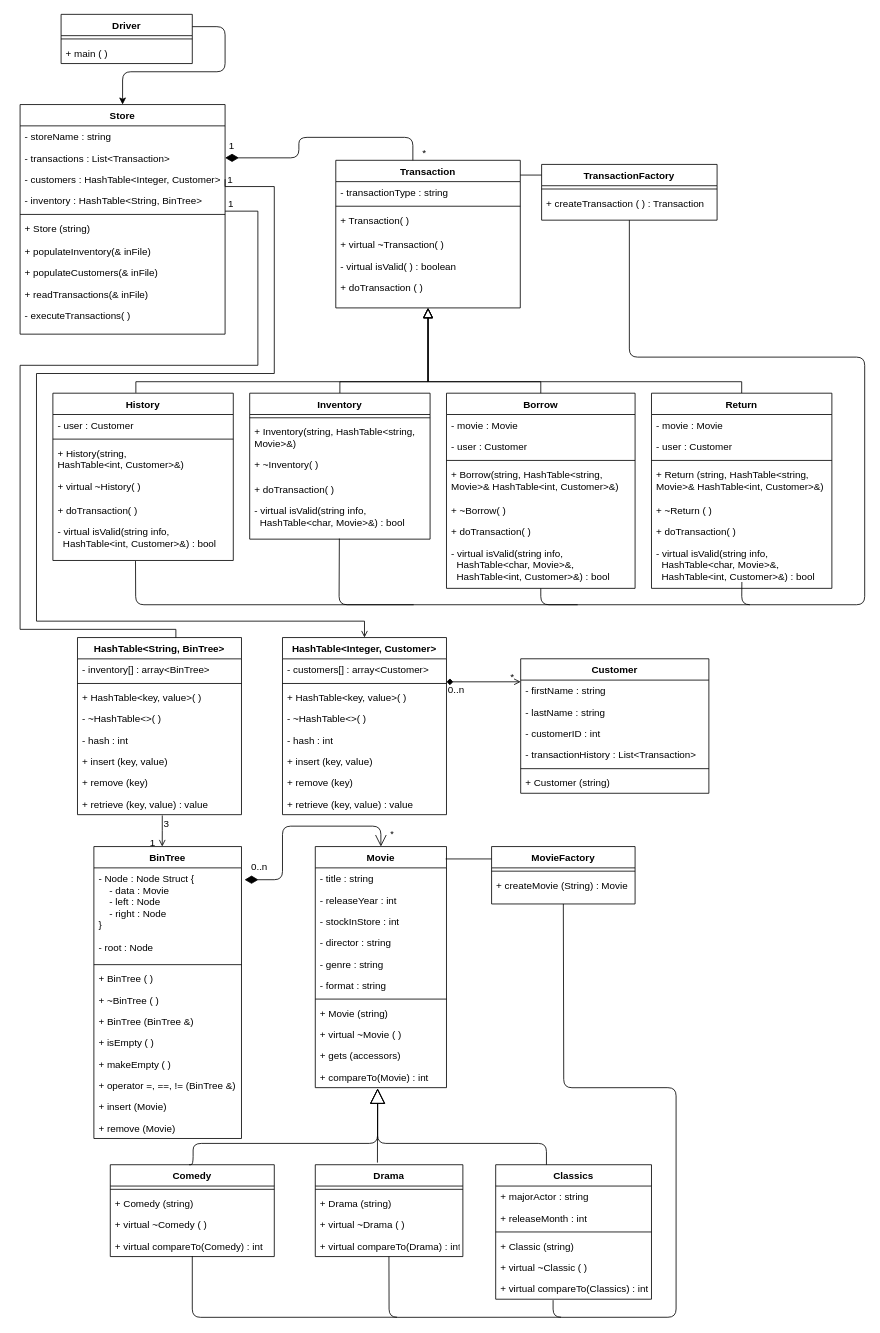
jomandaman/redbox keeps this draw.io diagram as design/Redbox_UMLDiagram.drawio. Above is the earlier version. Source tidied: cells renumbered, new cells numbered last; positions are measured from the earlier drawing's top-left corner, leaving out a move shared by most shapes. Both pictures are drawn from the tidied source at 82%, with x=0, y=0 at pixel (20, 14).
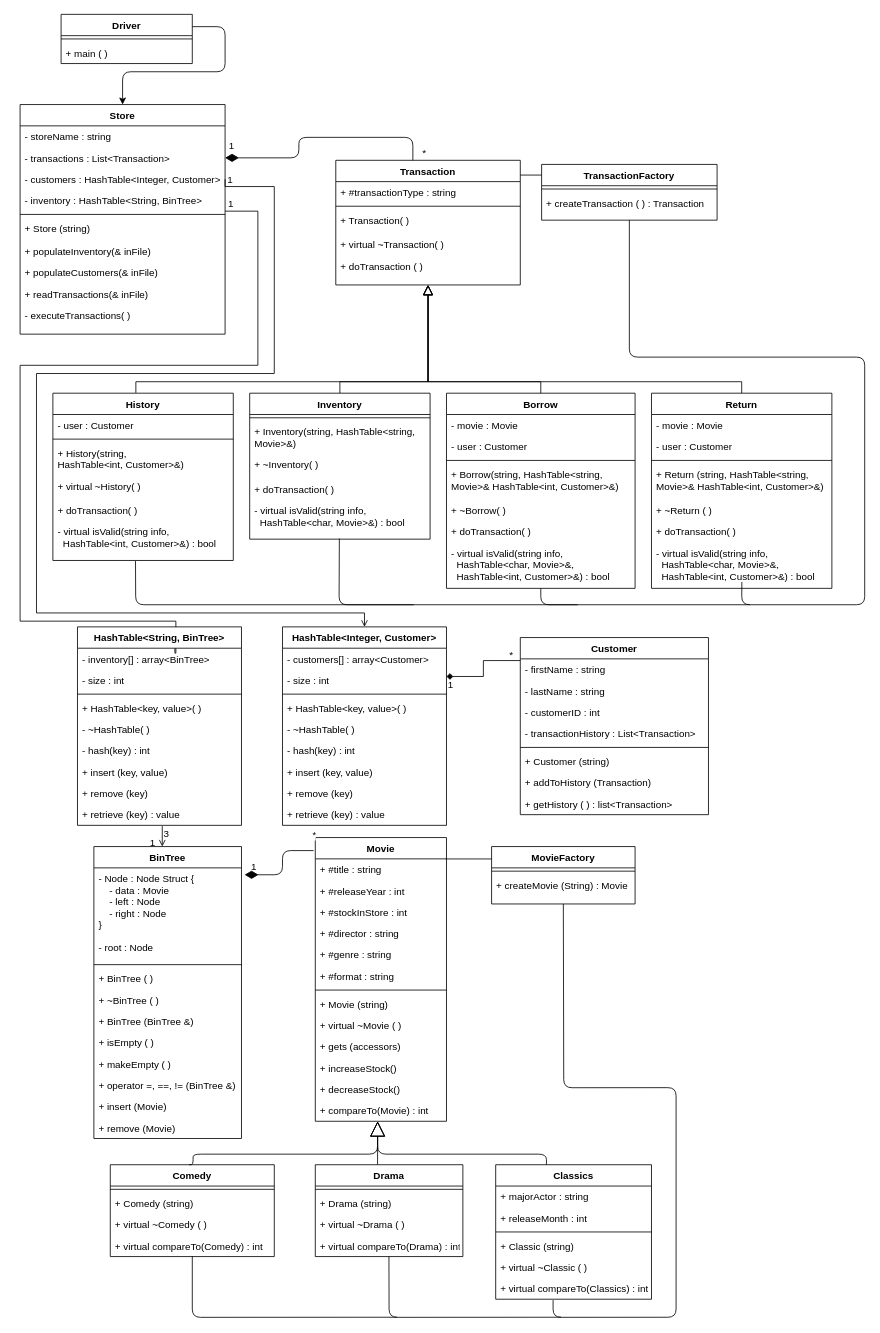
The same page after the edit.

Commit message:
Final changes with protected classes

The change refers to these unchanged cells:
```xml
<mxCell id="5" value="- customers : HashTable&lt;Integer, Customer&gt;" style="text;align=left;verticalAlign=top;spacingLeft=4;spacingRight=4;overflow=hidden;points=[[0,0.5],[1,0.5]];portConstraint=eastwest;rounded=0;shadow=0;html=0;fontColor=#000000;" parent="2" vertex="1">
  <mxGeometry y="78" width="250" height="26" as="geometry" />
</mxCell>
<mxCell id="42" value="- Node : Node Struct {&#10;    - data : Movie&#10;    - left : Node&#10;    - right : Node&#10;}" style="text;strokeColor=none;fillColor=none;align=left;verticalAlign=top;spacingLeft=4;spacingRight=4;overflow=hidden;points=[[0,0.5],[1,0.5]];portConstraint=eastwest;" parent="41" vertex="1">
  <mxGeometry y="26" width="180" height="84" as="geometry" />
</mxCell>
<mxCell id="65" value="Comedy" style="swimlane;fontStyle=1;align=center;verticalAlign=top;horizontal=1;startSize=26;" parent="1" vertex="1">
  <mxGeometry x="110" y="1402.9" width="200" height="112" as="geometry" />
</mxCell>
<mxCell id="70" value="Drama" style="swimlane;fontStyle=1;align=center;verticalAlign=top;horizontal=1;startSize=26;" parent="1" vertex="1">
  <mxGeometry x="360" y="1402.9" width="180" height="112" as="geometry" />
</mxCell>
<mxCell id="101" value="- firstName : string" style="text;strokeColor=none;fillColor=none;align=left;verticalAlign=top;spacingLeft=4;spacingRight=4;overflow=hidden;points=[[0,0.5],[1,0.5]];portConstraint=eastwest;" parent="100" vertex="1">
  <mxGeometry y="26" width="229.5" height="26" as="geometry" />
</mxCell>
```

The edit, as a diff of the source:
```diff
@@
     <mxCell id="14" value="Transaction" style="swimlane;fontStyle=1;align=center;verticalAlign=top;horizontal=1;startSize=26;rounded=0;shadow=0;strokeWidth=1;" parent="1" vertex="1">
-      <mxGeometry x="385" y="178" width="225" height="180" as="geometry" />
+      <mxGeometry x="385" y="178" width="225" height="152" as="geometry" />
     </mxCell>
-    <mxCell id="15" value="- transactionType : string" style="text;strokeColor=none;fillColor=none;align=left;verticalAlign=top;spacingLeft=4;spacingRight=4;overflow=hidden;fontColor=#000000;" parent="14" vertex="1">
+    <mxCell id="15" value="+ #transactionType : string" style="text;strokeColor=none;fillColor=none;align=left;verticalAlign=top;spacingLeft=4;spacingRight=4;overflow=hidden;fontColor=#000000;" parent="14" vertex="1">
       <mxGeometry y="26" width="225" height="26" as="geometry" />
     </mxCell>
@@
-    <mxCell id="19" value="- virtual isValid( ) : boolean" style="text;strokeColor=none;fillColor=none;align=left;verticalAlign=top;spacingLeft=4;spacingRight=4;overflow=hidden;" parent="14" vertex="1">
-      <mxGeometry y="116" width="225" height="26" as="geometry" />
-    </mxCell>
     <mxCell id="20" value="+ doTransaction ( )" style="text;strokeColor=none;fillColor=none;align=left;verticalAlign=top;spacingLeft=4;spacingRight=4;overflow=hidden;" parent="14" vertex="1">
-      <mxGeometry y="142" width="225" height="26" as="geometry" />
+      <mxGeometry y="116" width="225" height="26" as="geometry" />
     </mxCell>
@@
     <mxCell id="53" value="Movie" style="swimlane;fontStyle=1;align=center;verticalAlign=top;horizontal=1;startSize=26;" parent="1" vertex="1">
-      <mxGeometry x="360" y="1014.9" width="160" height="294" as="geometry" />
+      <mxGeometry x="360" y="1003.9" width="160" height="346" as="geometry" />
     </mxCell>
-    <mxCell id="54" value="- title : string" style="text;strokeColor=none;fillColor=none;align=left;verticalAlign=top;spacingLeft=4;spacingRight=4;overflow=hidden;fontColor=#000000;" parent="53" vertex="1">
+    <mxCell id="54" value="+ #title : string" style="text;strokeColor=none;fillColor=none;align=left;verticalAlign=top;spacingLeft=4;spacingRight=4;overflow=hidden;fontColor=#000000;" parent="53" vertex="1">
       <mxGeometry y="26" width="160" height="26" as="geometry" />
     </mxCell>
-    <mxCell id="55" value="- releaseYear : int" style="text;strokeColor=none;fillColor=none;align=left;verticalAlign=top;spacingLeft=4;spacingRight=4;overflow=hidden;fontColor=#000000;" parent="53" vertex="1">
+    <mxCell id="55" value="+ #releaseYear : int" style="text;strokeColor=none;fillColor=none;align=left;verticalAlign=top;spacingLeft=4;spacingRight=4;overflow=hidden;fontColor=#000000;" parent="53" vertex="1">
       <mxGeometry y="52" width="160" height="26" as="geometry" />
     </mxCell>
-    <mxCell id="56" value="- stockInStore : int" style="text;strokeColor=none;fillColor=none;align=left;verticalAlign=top;spacingLeft=4;spacingRight=4;overflow=hidden;fontColor=#000000;" parent="53" vertex="1">
+    <mxCell id="56" value="+ #stockInStore : int" style="text;strokeColor=none;fillColor=none;align=left;verticalAlign=top;spacingLeft=4;spacingRight=4;overflow=hidden;fontColor=#000000;" parent="53" vertex="1">
       <mxGeometry y="78" width="160" height="26" as="geometry" />
     </mxCell>
-    <mxCell id="57" value="- director : string" style="text;strokeColor=none;fillColor=none;align=left;verticalAlign=top;spacingLeft=4;spacingRight=4;overflow=hidden;fontColor=#000000;" parent="53" vertex="1">
+    <mxCell id="57" value="+ #director : string" style="text;strokeColor=none;fillColor=none;align=left;verticalAlign=top;spacingLeft=4;spacingRight=4;overflow=hidden;fontColor=#000000;" parent="53" vertex="1">
       <mxGeometry y="104" width="160" height="26" as="geometry" />
     </mxCell>
-    <mxCell id="58" value="- genre : string" style="text;strokeColor=none;fillColor=none;align=left;verticalAlign=top;spacingLeft=4;spacingRight=4;overflow=hidden;fontColor=#000000;" parent="53" vertex="1">
+    <mxCell id="58" value="+ #genre : string" style="text;strokeColor=none;fillColor=none;align=left;verticalAlign=top;spacingLeft=4;spacingRight=4;overflow=hidden;fontColor=#000000;" parent="53" vertex="1">
       <mxGeometry y="130" width="160" height="26" as="geometry" />
     </mxCell>
-    <mxCell id="59" value="- format : string" style="text;strokeColor=none;fillColor=none;align=left;verticalAlign=top;spacingLeft=4;spacingRight=4;overflow=hidden;fontColor=#000000;" parent="53" vertex="1">
+    <mxCell id="59" value="+ #format : string" style="text;strokeColor=none;fillColor=none;align=left;verticalAlign=top;spacingLeft=4;spacingRight=4;overflow=hidden;fontColor=#000000;" parent="53" vertex="1">
       <mxGeometry y="156" width="160" height="26" as="geometry" />
     </mxCell>
@@
+    <mxCell id="156" value="+ increaseStock()" style="text;strokeColor=none;fillColor=none;align=left;verticalAlign=top;spacingLeft=4;spacingRight=4;overflow=hidden;" parent="53" vertex="1">
+      <mxGeometry y="268" width="160" height="26" as="geometry" />
+    </mxCell>
+    <mxCell id="157" value="+ decreaseStock()" style="text;strokeColor=none;fillColor=none;align=left;verticalAlign=top;spacingLeft=4;spacingRight=4;overflow=hidden;" parent="53" vertex="1">
+      <mxGeometry y="294" width="160" height="26" as="geometry" />
+    </mxCell>
     <mxCell id="64" value="+ compareTo(Movie) : int" style="text;strokeColor=none;fillColor=none;align=left;verticalAlign=top;spacingLeft=4;spacingRight=4;overflow=hidden;" parent="53" vertex="1">
-      <mxGeometry y="268" width="160" height="26" as="geometry" />
+      <mxGeometry y="320" width="160" height="26" as="geometry" />
     </mxCell>
@@
     <mxCell id="82" style="endArrow=block;endSize=16;endFill=0;html=1;edgeStyle=orthogonalEdgeStyle;exitX=0.48;exitY=0;exitDx=0;exitDy=0;exitPerimeter=0;" parent="1" edge="1" source="65">
       <mxGeometry x="0.94" y="45" relative="1" as="geometry">
-        <mxPoint x="436" y="1310" as="targetPoint" />
+        <mxPoint x="436" y="1350" as="targetPoint" />
         <Array as="points">
-          <mxPoint x="211" y="1376.9" />
-          <mxPoint x="436" y="1376.9" />
+          <mxPoint x="211" y="1403" />
+          <mxPoint x="211" y="1390" />
+          <mxPoint x="436" y="1390" />
         </Array>
         <mxPoint y="1" as="offset" />
       </mxGeometry>
     </mxCell>
     <mxCell id="83" style="endArrow=block;endSize=16;endFill=0;html=1;exitX=0.476;exitY=0;exitDx=0;exitDy=0;exitPerimeter=0;edgeStyle=orthogonalEdgeStyle;" parent="1" edge="1">
       <mxGeometry x="0.94" y="45" relative="1" as="geometry">
         <mxPoint x="641.9" y="1402.9" as="sourcePoint" />
-        <mxPoint x="436" y="1310" as="targetPoint" />
+        <mxPoint x="436" y="1350" as="targetPoint" />
         <Array as="points">
-          <mxPoint x="642" y="1376.9" />
-          <mxPoint x="436" y="1376.9" />
+          <mxPoint x="642" y="1390" />
+          <mxPoint x="436" y="1390" />
         </Array>
         <mxPoint y="1" as="offset" />
       </mxGeometry>
     </mxCell>
-    <mxCell id="84" style="endArrow=block;endSize=16;endFill=0;html=1;exitX=0.474;exitY=0.004;exitDx=0;exitDy=0;exitPerimeter=0;" parent="1" edge="1">
+    <mxCell id="84" style="endArrow=block;endSize=16;endFill=0;html=1;exitX=0.422;exitY=-0.002;exitDx=0;exitDy=0;exitPerimeter=0;" parent="1" edge="1" source="70">
       <mxGeometry x="0.94" y="45" relative="1" as="geometry">
-        <mxPoint x="435.8" y="1400.3" as="sourcePoint" />
-        <mxPoint x="436" y="1310" as="targetPoint" />
+        <mxPoint x="436" y="1350" as="targetPoint" />
         <mxPoint y="1" as="offset" />
       </mxGeometry>
     </mxCell>
-    <mxCell id="85" value="*" style="endArrow=open;html=1;endSize=12;startArrow=diamondThin;startSize=14;startFill=1;edgeStyle=orthogonalEdgeStyle;align=left;verticalAlign=bottom;fontColor=#000000;exitX=1.021;exitY=0.172;exitDx=0;exitDy=0;exitPerimeter=0;entryX=0.5;entryY=0;entryDx=0;entryDy=0;" parent="1" edge="1" source="42" target="53">
+    <mxCell id="85" value="*" style="endArrow=none;html=1;endSize=12;startArrow=diamondThin;startSize=14;startFill=1;edgeStyle=orthogonalEdgeStyle;align=left;verticalAlign=bottom;fontColor=#000000;exitX=1.021;exitY=0.172;exitDx=0;exitDy=0;exitPerimeter=0;entryX=-0.013;entryY=0.046;entryDx=0;entryDy=0;endFill=0;entryPerimeter=0;" parent="1" edge="1" target="53">
       <mxGeometry x="0.96" y="10" relative="1" as="geometry">
+        <mxPoint x="273.8" y="1049.3" as="sourcePoint" />
         <Array as="points">
-          <mxPoint x="320" y="1055" />
-          <mxPoint x="320" y="990" />
-          <mxPoint x="440" y="990" />
+          <mxPoint x="320" y="1049" />
+          <mxPoint x="320" y="1020" />
         </Array>
       </mxGeometry>
     </mxCell>
@@
     <mxCell id="89" style="endArrow=open;shadow=0;strokeWidth=1;strokeColor=#000000;rounded=0;endFill=1;edgeStyle=orthogonalEdgeStyle;elbow=vertical;entryX=0.594;entryY=-0.001;entryDx=0;entryDy=0;entryPerimeter=0;" parent="1" edge="1" target="144">
       <mxGeometry x="0.5" y="41" relative="1" as="geometry">
         <mxPoint x="250" y="240" as="sourcePoint" />
         <Array as="points">
           <mxPoint x="290" y="240" />
           <mxPoint x="290" y="428" />
           <mxPoint y="428" />
-          <mxPoint y="750" />
-          <mxPoint x="190" y="750" />
+          <mxPoint y="740" />
+          <mxPoint x="190" y="740" />
           <mxPoint x="190" y="779" />
           <mxPoint x="189" y="779" />
         </Array>
         <mxPoint x="-40" y="32" as="offset" />
       </mxGeometry>
     </mxCell>
@@
     <mxCell id="91" value="HashTable&lt;Integer, Customer&gt;" style="swimlane;fontStyle=1;align=center;verticalAlign=top;horizontal=1;startSize=26;" parent="1" vertex="1">
-      <mxGeometry x="320" y="760" width="200" height="216" as="geometry" />
+      <mxGeometry x="320" y="747" width="200" height="242" as="geometry" />
     </mxCell>
@@
+    <mxCell id="158" value="- size : int" style="text;strokeColor=none;fillColor=none;align=left;verticalAlign=top;spacingLeft=4;spacingRight=4;overflow=hidden;" parent="91" vertex="1">
+      <mxGeometry y="52" width="200" height="26" as="geometry" />
+    </mxCell>
     <mxCell id="93" style="line;strokeWidth=1;fillColor=none;align=left;verticalAlign=middle;spacingTop=-1;spacingLeft=3;spacingRight=3;labelPosition=right;" parent="91" vertex="1">
-      <mxGeometry y="52" width="200" height="8" as="geometry" />
+      <mxGeometry y="78" width="200" height="8" as="geometry" />
     </mxCell>
     <mxCell id="94" value="+ HashTable&lt;key, value&gt;( ) " style="text;strokeColor=none;fillColor=none;align=left;verticalAlign=top;spacingLeft=4;spacingRight=4;overflow=hidden;" parent="91" vertex="1">
-      <mxGeometry y="60" width="200" height="26" as="geometry" />
+      <mxGeometry y="86" width="200" height="26" as="geometry" />
     </mxCell>
-    <mxCell id="95" value="- ~HashTable&lt;&gt;( ) " style="text;strokeColor=none;fillColor=none;align=left;verticalAlign=top;spacingLeft=4;spacingRight=4;overflow=hidden;" parent="91" vertex="1">
-      <mxGeometry y="86" width="200" height="26" as="geometry" />
+    <mxCell id="95" value="- ~HashTable( ) " style="text;strokeColor=none;fillColor=none;align=left;verticalAlign=top;spacingLeft=4;spacingRight=4;overflow=hidden;" parent="91" vertex="1">
+      <mxGeometry y="112" width="200" height="26" as="geometry" />
     </mxCell>
-    <mxCell id="96" value="- hash : int" style="text;strokeColor=none;fillColor=none;align=left;verticalAlign=top;spacingLeft=4;spacingRight=4;overflow=hidden;" parent="91" vertex="1">
-      <mxGeometry y="112" width="200" height="26" as="geometry" />
+    <mxCell id="96" value="- hash(key) : int" style="text;strokeColor=none;fillColor=none;align=left;verticalAlign=top;spacingLeft=4;spacingRight=4;overflow=hidden;" parent="91" vertex="1">
+      <mxGeometry y="138" width="200" height="26" as="geometry" />
     </mxCell>
     <mxCell id="97" value="+ insert (key, value)" style="text;strokeColor=none;fillColor=none;align=left;verticalAlign=top;spacingLeft=4;spacingRight=4;overflow=hidden;" parent="91" vertex="1">
-      <mxGeometry y="138" width="200" height="26" as="geometry" />
+      <mxGeometry y="164" width="200" height="26" as="geometry" />
     </mxCell>
     <mxCell id="98" value="+ remove (key)" style="text;strokeColor=none;fillColor=none;align=left;verticalAlign=top;spacingLeft=4;spacingRight=4;overflow=hidden;" parent="91" vertex="1">
-      <mxGeometry y="164" width="200" height="26" as="geometry" />
+      <mxGeometry y="190" width="200" height="26" as="geometry" />
     </mxCell>
-    <mxCell id="99" value="+ retrieve (key, value) : value" style="text;strokeColor=none;fillColor=none;align=left;verticalAlign=top;spacingLeft=4;spacingRight=4;overflow=hidden;" parent="91" vertex="1">
-      <mxGeometry y="190" width="200" height="26" as="geometry" />
+    <mxCell id="99" value="+ retrieve (key) : value" style="text;strokeColor=none;fillColor=none;align=left;verticalAlign=top;spacingLeft=4;spacingRight=4;overflow=hidden;" parent="91" vertex="1">
+      <mxGeometry y="216" width="200" height="26" as="geometry" />
     </mxCell>
     <mxCell id="100" value="Customer" style="swimlane;fontStyle=1;align=center;verticalAlign=top;horizontal=1;startSize=26;" parent="1" vertex="1">
-      <mxGeometry x="610.5" y="785.9" width="229.5" height="164" as="geometry" />
+      <mxGeometry x="610" y="760" width="229.5" height="216" as="geometry" />
     </mxCell>
@@
+    <mxCell id="159" value="+ addToHistory (Transaction)" style="text;strokeColor=none;fillColor=none;align=left;verticalAlign=top;spacingLeft=4;spacingRight=4;overflow=hidden;" parent="100" vertex="1">
+      <mxGeometry y="164" width="229.5" height="26" as="geometry" />
+    </mxCell>
+    <mxCell id="160" value="+ getHistory ( ) : list&lt;Transaction&gt;" style="text;strokeColor=none;fillColor=none;align=left;verticalAlign=top;spacingLeft=4;spacingRight=4;overflow=hidden;" parent="100" vertex="1">
+      <mxGeometry y="190" width="229.5" height="26" as="geometry" />
+    </mxCell>
     <mxCell id="107" style="endArrow=open;shadow=0;strokeWidth=1;strokeColor=#000000;rounded=0;endFill=1;edgeStyle=orthogonalEdgeStyle;elbow=vertical;entryX=0.5;entryY=0;entryDx=0;entryDy=0;exitX=1;exitY=0.5;exitDx=0;exitDy=0;" parent="1" edge="1" source="5" target="91">
       <mxGeometry x="0.5" y="41" relative="1" as="geometry">
         <Array as="points">
           <mxPoint x="250" y="210" />
           <mxPoint x="310" y="210" />
           <mxPoint x="310" y="438" />
           <mxPoint x="20" y="438" />
-          <mxPoint x="20" y="740" />
-          <mxPoint x="420" y="740" />
+          <mxPoint x="20" y="730" />
+          <mxPoint x="420" y="730" />
         </Array>
         <mxPoint x="-40" y="32" as="offset" />
       </mxGeometry>
     </mxCell>
@@
-    <mxCell id="109" style="endArrow=open;shadow=0;strokeWidth=1;strokeColor=#000000;rounded=0;endFill=1;edgeStyle=orthogonalEdgeStyle;elbow=vertical;exitX=1;exitY=0.25;exitDx=0;exitDy=0;entryX=0;entryY=0.079;entryDx=0;entryDy=0;entryPerimeter=0;startArrow=diamond;startFill=1;" parent="1" edge="1" source="91" target="101">
+    <mxCell id="109" style="endArrow=none;shadow=0;strokeWidth=1;strokeColor=#000000;rounded=0;endFill=0;edgeStyle=orthogonalEdgeStyle;elbow=vertical;exitX=1;exitY=0.25;exitDx=0;exitDy=0;entryX=0;entryY=0.079;entryDx=0;entryDy=0;entryPerimeter=0;startArrow=diamond;startFill=1;" parent="1" edge="1" source="91" target="101">
       <mxGeometry x="0.5" y="41" relative="1" as="geometry">
         <mxPoint x="-40" y="32" as="offset" />
       </mxGeometry>
     </mxCell>
-    <mxCell id="110" value="0..n" style="align=left;verticalAlign=bottom;labelBackgroundColor=none;fontSize=12;" parent="109" vertex="1">
+    <mxCell id="110" value="1" style="align=left;verticalAlign=bottom;labelBackgroundColor=none;fontSize=12;" parent="109" vertex="1">
       <mxGeometry x="-1" relative="1" as="geometry">
         <mxPoint y="18" as="offset" />
       </mxGeometry>
     </mxCell>
@@
     <mxCell id="144" value="HashTable&lt;String, BinTree&gt;" style="swimlane;fontStyle=1;align=center;verticalAlign=top;horizontal=1;startSize=26;" parent="1" vertex="1">
-      <mxGeometry x="70" y="760" width="200" height="216" as="geometry" />
+      <mxGeometry x="70" y="747" width="200" height="242" as="geometry" />
     </mxCell>
@@
+    <mxCell id="161" value="- size : int" style="text;strokeColor=none;fillColor=none;align=left;verticalAlign=top;spacingLeft=4;spacingRight=4;overflow=hidden;" parent="144" vertex="1">
+      <mxGeometry y="52" width="200" height="26" as="geometry" />
+    </mxCell>
     <mxCell id="146" style="line;strokeWidth=1;fillColor=none;align=left;verticalAlign=middle;spacingTop=-1;spacingLeft=3;spacingRight=3;labelPosition=right;" parent="144" vertex="1">
-      <mxGeometry y="52" width="200" height="8" as="geometry" />
+      <mxGeometry y="78" width="200" height="8" as="geometry" />
     </mxCell>
     <mxCell id="147" value="+ HashTable&lt;key, value&gt;( ) " style="text;strokeColor=none;fillColor=none;align=left;verticalAlign=top;spacingLeft=4;spacingRight=4;overflow=hidden;" parent="144" vertex="1">
-      <mxGeometry y="60" width="200" height="26" as="geometry" />
+      <mxGeometry y="86" width="200" height="26" as="geometry" />
     </mxCell>
-    <mxCell id="148" value="- ~HashTable&lt;&gt;( ) " style="text;strokeColor=none;fillColor=none;align=left;verticalAlign=top;spacingLeft=4;spacingRight=4;overflow=hidden;" parent="144" vertex="1">
-      <mxGeometry y="86" width="200" height="26" as="geometry" />
+    <mxCell id="148" value="- ~HashTable( ) " style="text;strokeColor=none;fillColor=none;align=left;verticalAlign=top;spacingLeft=4;spacingRight=4;overflow=hidden;" parent="144" vertex="1">
+      <mxGeometry y="112" width="200" height="26" as="geometry" />
     </mxCell>
-    <mxCell id="149" value="- hash : int" style="text;strokeColor=none;fillColor=none;align=left;verticalAlign=top;spacingLeft=4;spacingRight=4;overflow=hidden;" parent="144" vertex="1">
-      <mxGeometry y="112" width="200" height="26" as="geometry" />
+    <mxCell id="149" value="- hash(key) : int" style="text;strokeColor=none;fillColor=none;align=left;verticalAlign=top;spacingLeft=4;spacingRight=4;overflow=hidden;" parent="144" vertex="1">
+      <mxGeometry y="138" width="200" height="26" as="geometry" />
     </mxCell>
     <mxCell id="150" value="+ insert (key, value)" style="text;strokeColor=none;fillColor=none;align=left;verticalAlign=top;spacingLeft=4;spacingRight=4;overflow=hidden;" parent="144" vertex="1">
-      <mxGeometry y="138" width="200" height="26" as="geometry" />
+      <mxGeometry y="164" width="200" height="26" as="geometry" />
     </mxCell>
     <mxCell id="151" value="+ remove (key)" style="text;strokeColor=none;fillColor=none;align=left;verticalAlign=top;spacingLeft=4;spacingRight=4;overflow=hidden;" parent="144" vertex="1">
-      <mxGeometry y="164" width="200" height="26" as="geometry" />
+      <mxGeometry y="190" width="200" height="26" as="geometry" />
     </mxCell>
-    <mxCell id="152" value="+ retrieve (key, value) : value" style="text;strokeColor=none;fillColor=none;align=left;verticalAlign=top;spacingLeft=4;spacingRight=4;overflow=hidden;points=[[0,0.5],[1,0.5]];portConstraint=eastwest;" parent="144" vertex="1">
-      <mxGeometry y="190" width="200" height="26" as="geometry" />
+    <mxCell id="152" value="+ retrieve (key) : value" style="text;strokeColor=none;fillColor=none;align=left;verticalAlign=top;spacingLeft=4;spacingRight=4;overflow=hidden;points=[[0,0.5],[1,0.5]];portConstraint=eastwest;" parent="144" vertex="1">
+      <mxGeometry y="216" width="200" height="26" as="geometry" />
     </mxCell>
-    <mxCell id="153" value="0..n" style="align=left;verticalAlign=bottom;labelBackgroundColor=none;fontSize=12;" parent="1" vertex="1">
+    <mxCell id="153" value="1" style="align=left;verticalAlign=bottom;labelBackgroundColor=none;fontSize=12;" parent="1" vertex="1">
       <mxGeometry x="280" y="1030" as="geometry">
         <mxPoint y="18" as="offset" />
       </mxGeometry>
     </mxCell>
```
